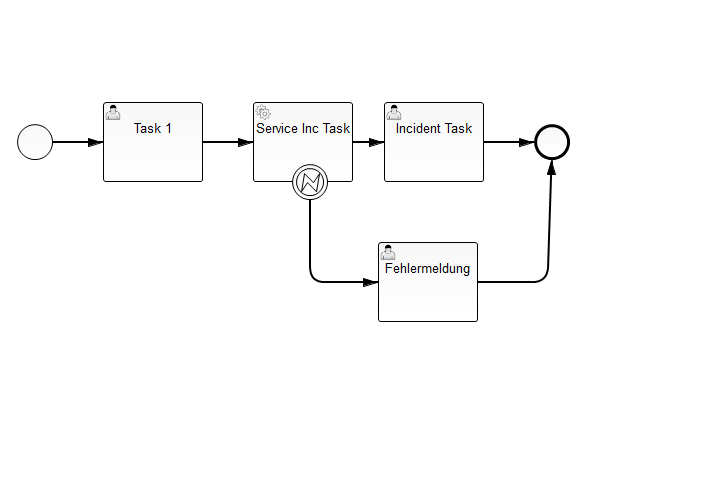
Before: ige-example/ige-processApplication/src/main/resources/process4.png, a diagram exported from BPMN (camunda-consulting/camunda-7-code-examples). Its source is kept beside it as ige-example/ige-processApplication/src/main/resources/process4.bpmn. Ids are renumbered. The source it was exported from:
```xml
<bpmn2:definitions xmlns:xsi="http://www.w3.org/2001/XMLSchema-instance" xmlns:bpmn2="http://www.omg.org/spec/BPMN/20100524/MODEL" xmlns:bpmndi="http://www.omg.org/spec/BPMN/20100524/DI" xmlns:camunda="http://activiti.org/bpmn" xmlns:dc="http://www.omg.org/spec/DD/20100524/DC" xmlns:di="http://www.omg.org/spec/DD/20100524/DI" xsi:schemaLocation="http://www.omg.org/spec/BPMN/20100524/MODEL BPMN20.xsd" id="_HFCrAPvoEeOe85wrZ9V3vA" exporter="camunda modeler" exporterVersion="2.6.0" targetNamespace="http://activiti.org/bpmn">
  <bpmn2:process id="Process_4" name="Process 4" isExecutable="true">
    <bpmn2:startEvent id="StartEvent_1">
      <bpmn2:outgoing>SequenceFlow_1</bpmn2:outgoing>
    </bpmn2:startEvent>
    <bpmn2:userTask id="UserTask_1" camunda:assignee="demo" name="Task 1">
      <bpmn2:incoming>SequenceFlow_1</bpmn2:incoming>
      <bpmn2:outgoing>SequenceFlow_4</bpmn2:outgoing>
    </bpmn2:userTask>
    <bpmn2:sequenceFlow id="SequenceFlow_1" name="" sourceRef="StartEvent_1" targetRef="UserTask_1"/>
    <bpmn2:endEvent id="EndEvent_1">
      <bpmn2:incoming>SequenceFlow_3</bpmn2:incoming>
      <bpmn2:incoming>SequenceFlow_7</bpmn2:incoming>
    </bpmn2:endEvent>
    <bpmn2:userTask id="ServiceTask_1" camunda:class="halloWelt" camunda:assignee="demo" name="Incident Task">
      <bpmn2:incoming>SequenceFlow_5</bpmn2:incoming>
      <bpmn2:outgoing>SequenceFlow_3</bpmn2:outgoing>
    </bpmn2:userTask>
    <bpmn2:sequenceFlow id="SequenceFlow_3" name="" sourceRef="ServiceTask_1" targetRef="EndEvent_1"/>
    <bpmn2:serviceTask id="ServiceTask_2" camunda:class="org.camunda.bpm.cockpit.ige.adapter.ErrorDelegate" name="Service Inc Task">
      <bpmn2:incoming>SequenceFlow_4</bpmn2:incoming>
      <bpmn2:outgoing>SequenceFlow_5</bpmn2:outgoing>
    </bpmn2:serviceTask>
    <bpmn2:sequenceFlow id="SequenceFlow_4" name="" sourceRef="UserTask_1" targetRef="ServiceTask_2"/>
    <bpmn2:sequenceFlow id="SequenceFlow_5" name="" sourceRef="ServiceTask_2" targetRef="ServiceTask_1"/>
    <bpmn2:boundaryEvent id="BoundaryEvent_1" name="" attachedToRef="ServiceTask_2">
      <bpmn2:outgoing>SequenceFlow_6</bpmn2:outgoing>
      <bpmn2:errorEventDefinition id="_ErrorEventDefinition_2" errorRef="Error_1"/>
    </bpmn2:boundaryEvent>
    <bpmn2:userTask id="UserTask_2" camunda:assignee="demo" name="Fehlermeldung">
      <bpmn2:incoming>SequenceFlow_6</bpmn2:incoming>
      <bpmn2:outgoing>SequenceFlow_7</bpmn2:outgoing>
    </bpmn2:userTask>
    <bpmn2:sequenceFlow id="SequenceFlow_6" name="" sourceRef="BoundaryEvent_1" targetRef="UserTask_2"/>
    <bpmn2:sequenceFlow id="SequenceFlow_7" name="" sourceRef="UserTask_2" targetRef="EndEvent_1"/>
  </bpmn2:process>
  <bpmn2:error id="Error_1" errorCode="logger error" name="Incident?"/>
  <bpmndi:BPMNDiagram id="BPMNDiagram_1">
    <bpmndi:BPMNPlane id="BPMNPlane_1" bpmnElement="Process_4">
      <bpmndi:BPMNShape id="_BPMNShape_StartEvent_4" bpmnElement="StartEvent_1">
        <dc:Bounds height="36.0" width="36.0" x="17.0" y="124.0"/>
      </bpmndi:BPMNShape>
      <bpmndi:BPMNShape id="_BPMNShape_UserTask_11" bpmnElement="UserTask_1">
        <dc:Bounds height="80.0" width="100.0" x="103.0" y="102.0"/>
      </bpmndi:BPMNShape>
      <bpmndi:BPMNEdge id="BPMNEdge_SequenceFlow_1" bpmnElement="SequenceFlow_1" sourceElement="_BPMNShape_StartEvent_4" targetElement="_BPMNShape_UserTask_11">
        <di:waypoint xsi:type="dc:Point" x="53.0" y="142.0"/>
        <di:waypoint xsi:type="dc:Point" x="103.0" y="142.0"/>
      </bpmndi:BPMNEdge>
      <bpmndi:BPMNShape id="_BPMNShape_ServiceTask_2" bpmnElement="ServiceTask_1">
        <dc:Bounds height="80.0" width="100.0" x="384.0" y="102.0"/>
      </bpmndi:BPMNShape>
      <bpmndi:BPMNShape id="_BPMNShape_EndEvent_3" bpmnElement="EndEvent_1">
        <dc:Bounds height="36.0" width="36.0" x="534.0" y="124.0"/>
        <bpmndi:BPMNLabel>
          <dc:Bounds height="0.0" width="0.0" x="552.0" y="165.0"/>
        </bpmndi:BPMNLabel>
      </bpmndi:BPMNShape>
      <bpmndi:BPMNEdge id="BPMNEdge_SequenceFlow_3" bpmnElement="SequenceFlow_3" sourceElement="_BPMNShape_ServiceTask_2" targetElement="_BPMNShape_EndEvent_3">
        <di:waypoint xsi:type="dc:Point" x="484.0" y="142.0"/>
        <di:waypoint xsi:type="dc:Point" x="534.0" y="142.0"/>
        <bpmndi:BPMNLabel>
          <dc:Bounds height="6.0" width="6.0" x="506.0" y="142.0"/>
        </bpmndi:BPMNLabel>
      </bpmndi:BPMNEdge>
      <bpmndi:BPMNShape id="_BPMNShape_ServiceTask_3" bpmnElement="ServiceTask_2">
        <dc:Bounds height="80.0" width="100.0" x="253.0" y="102.0"/>
      </bpmndi:BPMNShape>
      <bpmndi:BPMNEdge id="BPMNEdge_SequenceFlow_4" bpmnElement="SequenceFlow_4" sourceElement="_BPMNShape_UserTask_11" targetElement="_BPMNShape_ServiceTask_3">
        <di:waypoint xsi:type="dc:Point" x="203.0" y="142.0"/>
        <di:waypoint xsi:type="dc:Point" x="253.0" y="142.0"/>
      </bpmndi:BPMNEdge>
      <bpmndi:BPMNEdge id="BPMNEdge_SequenceFlow_5" bpmnElement="SequenceFlow_5" sourceElement="_BPMNShape_ServiceTask_3" targetElement="_BPMNShape_ServiceTask_2">
        <di:waypoint xsi:type="dc:Point" x="353.0" y="142.0"/>
        <di:waypoint xsi:type="dc:Point" x="384.0" y="142.0"/>
      </bpmndi:BPMNEdge>
      <bpmndi:BPMNShape id="_BPMNShape_BoundaryEvent_2" bpmnElement="BoundaryEvent_1">
        <dc:Bounds height="36.0" width="36.0" x="292.0" y="164.0"/>
      </bpmndi:BPMNShape>
      <bpmndi:BPMNShape id="_BPMNShape_UserTask_12" bpmnElement="UserTask_2">
        <dc:Bounds height="80.0" width="100.0" x="378.0" y="242.0"/>
      </bpmndi:BPMNShape>
      <bpmndi:BPMNEdge id="BPMNEdge_SequenceFlow_6" bpmnElement="SequenceFlow_6" sourceElement="_BPMNShape_BoundaryEvent_2" targetElement="_BPMNShape_UserTask_12">
        <di:waypoint xsi:type="dc:Point" x="310.0" y="200.0"/>
        <di:waypoint xsi:type="dc:Point" x="310.0" y="282.0"/>
        <di:waypoint xsi:type="dc:Point" x="378.0" y="282.0"/>
      </bpmndi:BPMNEdge>
      <bpmndi:BPMNEdge id="BPMNEdge_SequenceFlow_7" bpmnElement="SequenceFlow_7" sourceElement="_BPMNShape_UserTask_12" targetElement="_BPMNShape_EndEvent_3">
        <di:waypoint xsi:type="dc:Point" x="478.0" y="282.0"/>
        <di:waypoint xsi:type="dc:Point" x="506.0" y="282.0"/>
        <di:waypoint xsi:type="dc:Point" x="547.0" y="282.0"/>
        <di:waypoint xsi:type="dc:Point" x="551.0" y="160.0"/>
        <bpmndi:BPMNLabel>
          <dc:Bounds height="6.0" width="6.0" x="545.0" y="253.0"/>
        </bpmndi:BPMNLabel>
      </bpmndi:BPMNEdge>
    </bpmndi:BPMNPlane>
  </bpmndi:BPMNDiagram>
</bpmn2:definitions>
```
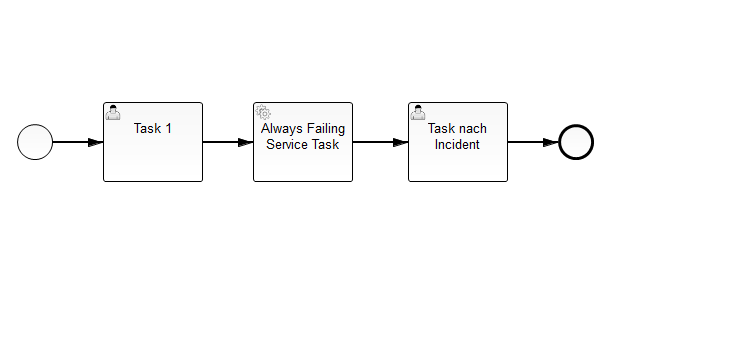
After the change.

Commit message:
testprocess with incident

The edit, as a diff of the source:
```diff
@@ -8,31 +8,20 @@
       <bpmn2:outgoing>SequenceFlow_4</bpmn2:outgoing>
     </bpmn2:userTask>
     <bpmn2:sequenceFlow id="SequenceFlow_1" name="" sourceRef="StartEvent_1" targetRef="UserTask_1"/>
-    <bpmn2:endEvent id="EndEvent_1">
-      <bpmn2:incoming>SequenceFlow_3</bpmn2:incoming>
-      <bpmn2:incoming>SequenceFlow_7</bpmn2:incoming>
-    </bpmn2:endEvent>
-    <bpmn2:userTask id="ServiceTask_1" camunda:class="halloWelt" camunda:assignee="demo" name="Incident Task">
-      <bpmn2:incoming>SequenceFlow_5</bpmn2:incoming>
-      <bpmn2:outgoing>SequenceFlow_3</bpmn2:outgoing>
-    </bpmn2:userTask>
-    <bpmn2:sequenceFlow id="SequenceFlow_3" name="" sourceRef="ServiceTask_1" targetRef="EndEvent_1"/>
-    <bpmn2:serviceTask id="ServiceTask_2" camunda:class="org.camunda.bpm.cockpit.ige.adapter.ErrorDelegate" name="Service Inc Task">
+    <bpmn2:serviceTask id="ServiceTask_2" camunda:class="org.camunda.bpm.cockpit.ige.adapter.AlwaysFailingDelegate" camunda:async="true" name="Always Failing Service Task">
       <bpmn2:incoming>SequenceFlow_4</bpmn2:incoming>
       <bpmn2:outgoing>SequenceFlow_5</bpmn2:outgoing>
     </bpmn2:serviceTask>
     <bpmn2:sequenceFlow id="SequenceFlow_4" name="" sourceRef="UserTask_1" targetRef="ServiceTask_2"/>
-    <bpmn2:sequenceFlow id="SequenceFlow_5" name="" sourceRef="ServiceTask_2" targetRef="ServiceTask_1"/>
-    <bpmn2:boundaryEvent id="BoundaryEvent_1" name="" attachedToRef="ServiceTask_2">
-      <bpmn2:outgoing>SequenceFlow_6</bpmn2:outgoing>
-      <bpmn2:errorEventDefinition id="_ErrorEventDefinition_2" errorRef="Error_1"/>
-    </bpmn2:boundaryEvent>
-    <bpmn2:userTask id="UserTask_2" camunda:assignee="demo" name="Fehlermeldung">
-      <bpmn2:incoming>SequenceFlow_6</bpmn2:incoming>
-      <bpmn2:outgoing>SequenceFlow_7</bpmn2:outgoing>
+    <bpmn2:sequenceFlow id="SequenceFlow_5" name="" sourceRef="ServiceTask_2" targetRef="UserTask_2"/>
+    <bpmn2:userTask id="UserTask_2" camunda:assignee="demo" name="Task nach Incident">
+      <bpmn2:incoming>SequenceFlow_5</bpmn2:incoming>
+      <bpmn2:outgoing>SequenceFlow_3</bpmn2:outgoing>
     </bpmn2:userTask>
-    <bpmn2:sequenceFlow id="SequenceFlow_6" name="" sourceRef="BoundaryEvent_1" targetRef="UserTask_2"/>
-    <bpmn2:sequenceFlow id="SequenceFlow_7" name="" sourceRef="UserTask_2" targetRef="EndEvent_1"/>
+    <bpmn2:sequenceFlow id="SequenceFlow_3" name="" sourceRef="UserTask_2" targetRef="EndEvent_1"/>
+    <bpmn2:endEvent id="EndEvent_1">
+      <bpmn2:incoming>SequenceFlow_3</bpmn2:incoming>
+    </bpmn2:endEvent>
   </bpmn2:process>
   <bpmn2:error id="Error_1" errorCode="logger error" name="Incident?"/>
   <bpmndi:BPMNDiagram id="BPMNDiagram_1">
@@ -47,20 +36,20 @@
         <di:waypoint xsi:type="dc:Point" x="53.0" y="142.0"/>
         <di:waypoint xsi:type="dc:Point" x="103.0" y="142.0"/>
       </bpmndi:BPMNEdge>
-      <bpmndi:BPMNShape id="_BPMNShape_ServiceTask_2" bpmnElement="ServiceTask_1">
-        <dc:Bounds height="80.0" width="100.0" x="384.0" y="102.0"/>
+      <bpmndi:BPMNShape id="_BPMNShape_ServiceTask_2" bpmnElement="UserTask_2">
+        <dc:Bounds height="80.0" width="100.0" x="408.0" y="102.0"/>
       </bpmndi:BPMNShape>
       <bpmndi:BPMNShape id="_BPMNShape_EndEvent_3" bpmnElement="EndEvent_1">
-        <dc:Bounds height="36.0" width="36.0" x="534.0" y="124.0"/>
+        <dc:Bounds height="36.0" width="36.0" x="558.0" y="124.0"/>
         <bpmndi:BPMNLabel>
-          <dc:Bounds height="0.0" width="0.0" x="552.0" y="165.0"/>
+          <dc:Bounds height="0.0" width="0.0" x="576.0" y="165.0"/>
         </bpmndi:BPMNLabel>
       </bpmndi:BPMNShape>
       <bpmndi:BPMNEdge id="BPMNEdge_SequenceFlow_3" bpmnElement="SequenceFlow_3" sourceElement="_BPMNShape_ServiceTask_2" targetElement="_BPMNShape_EndEvent_3">
-        <di:waypoint xsi:type="dc:Point" x="484.0" y="142.0"/>
-        <di:waypoint xsi:type="dc:Point" x="534.0" y="142.0"/>
+        <di:waypoint xsi:type="dc:Point" x="508.0" y="142.0"/>
+        <di:waypoint xsi:type="dc:Point" x="558.0" y="142.0"/>
         <bpmndi:BPMNLabel>
-          <dc:Bounds height="6.0" width="6.0" x="506.0" y="142.0"/>
+          <dc:Bounds height="6.0" width="6.0" x="530.0" y="142.0"/>
         </bpmndi:BPMNLabel>
       </bpmndi:BPMNEdge>
       <bpmndi:BPMNShape id="_BPMNShape_ServiceTask_3" bpmnElement="ServiceTask_2">
@@ -72,26 +61,9 @@
       </bpmndi:BPMNEdge>
       <bpmndi:BPMNEdge id="BPMNEdge_SequenceFlow_5" bpmnElement="SequenceFlow_5" sourceElement="_BPMNShape_ServiceTask_3" targetElement="_BPMNShape_ServiceTask_2">
         <di:waypoint xsi:type="dc:Point" x="353.0" y="142.0"/>
-        <di:waypoint xsi:type="dc:Point" x="384.0" y="142.0"/>
-      </bpmndi:BPMNEdge>
-      <bpmndi:BPMNShape id="_BPMNShape_BoundaryEvent_2" bpmnElement="BoundaryEvent_1">
-        <dc:Bounds height="36.0" width="36.0" x="292.0" y="164.0"/>
-      </bpmndi:BPMNShape>
-      <bpmndi:BPMNShape id="_BPMNShape_UserTask_12" bpmnElement="UserTask_2">
-        <dc:Bounds height="80.0" width="100.0" x="378.0" y="242.0"/>
-      </bpmndi:BPMNShape>
-      <bpmndi:BPMNEdge id="BPMNEdge_SequenceFlow_6" bpmnElement="SequenceFlow_6" sourceElement="_BPMNShape_BoundaryEvent_2" targetElement="_BPMNShape_UserTask_12">
-        <di:waypoint xsi:type="dc:Point" x="310.0" y="200.0"/>
-        <di:waypoint xsi:type="dc:Point" x="310.0" y="282.0"/>
-        <di:waypoint xsi:type="dc:Point" x="378.0" y="282.0"/>
-      </bpmndi:BPMNEdge>
-      <bpmndi:BPMNEdge id="BPMNEdge_SequenceFlow_7" bpmnElement="SequenceFlow_7" sourceElement="_BPMNShape_UserTask_12" targetElement="_BPMNShape_EndEvent_3">
-        <di:waypoint xsi:type="dc:Point" x="478.0" y="282.0"/>
-        <di:waypoint xsi:type="dc:Point" x="506.0" y="282.0"/>
-        <di:waypoint xsi:type="dc:Point" x="547.0" y="282.0"/>
-        <di:waypoint xsi:type="dc:Point" x="551.0" y="160.0"/>
+        <di:waypoint xsi:type="dc:Point" x="408.0" y="142.0"/>
         <bpmndi:BPMNLabel>
-          <dc:Bounds height="6.0" width="6.0" x="545.0" y="253.0"/>
+          <dc:Bounds height="6.0" width="6.0" x="366.0" y="142.0"/>
         </bpmndi:BPMNLabel>
       </bpmndi:BPMNEdge>
     </bpmndi:BPMNPlane>
```
